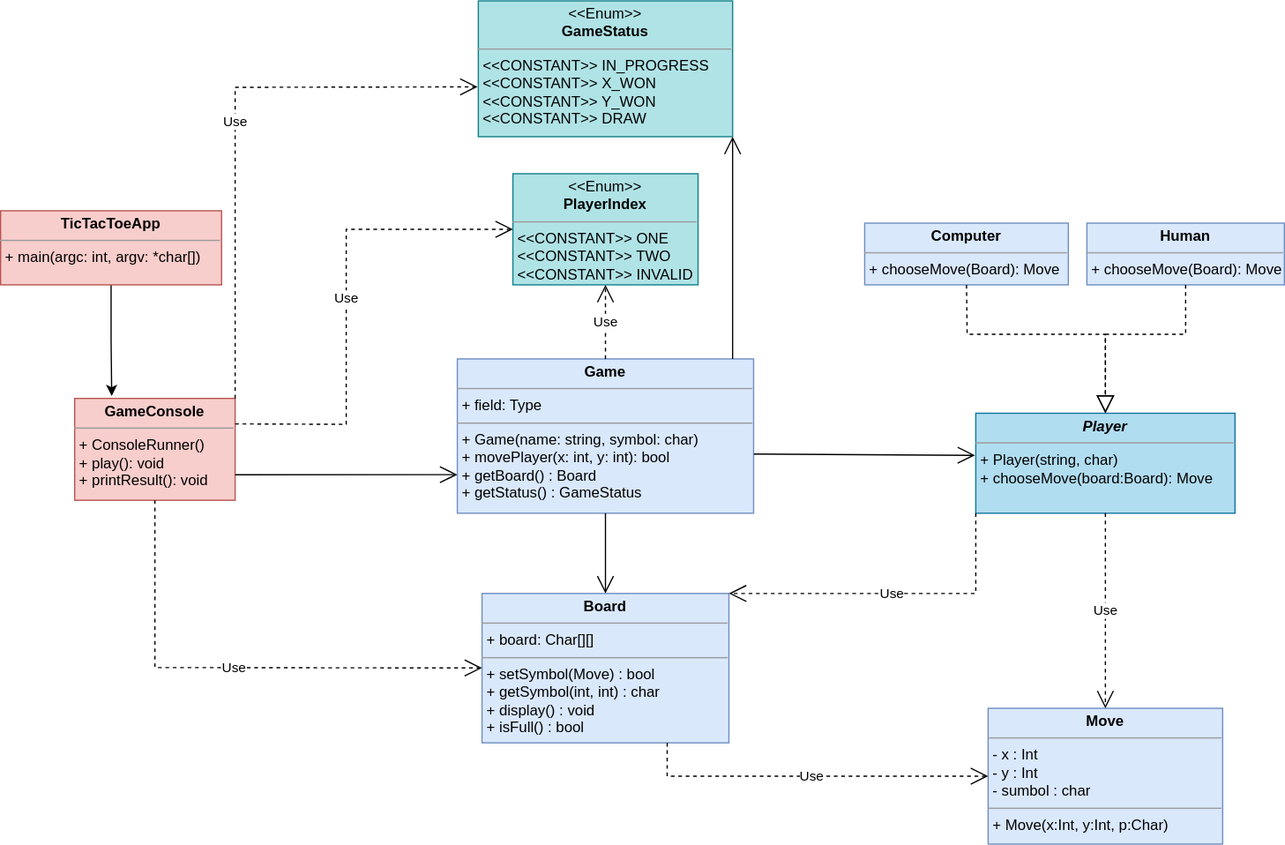
The draw.io diagram tictactoe/TicTacToeClassDgm.svg in ManKul18/program-design, before a commit. Source tidied: cells renumbered, new cells last; positions are measured from the earlier drawing's top-left corner, leaving out a move shared by most shapes.
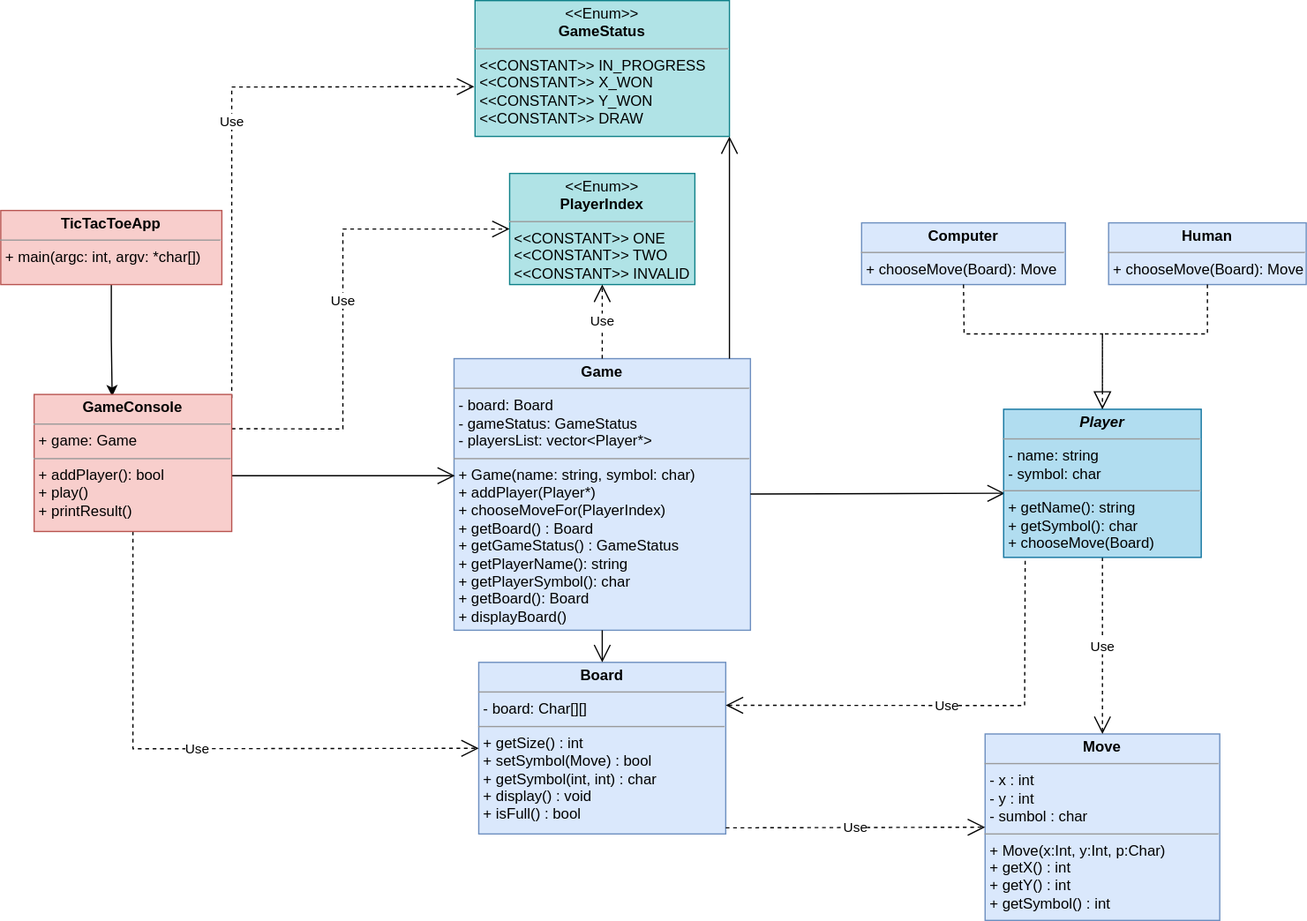
The same file after the commit.

Commit message:
updated the class diagram

Change to the diagram source:
```diff
@@ -2,47 +2,40 @@
   <root>
     <mxCell id="0" />
     <mxCell id="1" parent="0" />
-    <mxCell id="2" value="&lt;p style=&quot;margin:0px;margin-top:4px;text-align:center;&quot;&gt;&lt;b&gt;&lt;i&gt;Player&lt;/i&gt;&lt;/b&gt;&lt;/p&gt;&lt;hr size=&quot;1&quot;&gt;&lt;p style=&quot;margin:0px;margin-left:4px;&quot;&gt;+ Player(string, char)&lt;/p&gt;&lt;p style=&quot;margin:0px;margin-left:4px;&quot;&gt;+ chooseMove(board:Board): Move&lt;/p&gt;" style="verticalAlign=top;align=left;overflow=fill;fontSize=12;fontFamily=Helvetica;html=1;fillColor=#b1ddf0;strokeColor=#10739e;" parent="1" vertex="1">
-      <mxGeometry x="790" y="334" width="210" height="81" as="geometry" />
-    </mxCell>
     <mxCell id="3" value="&lt;p style=&quot;margin:0px;margin-top:4px;text-align:center;&quot;&gt;&lt;b&gt;Computer&lt;/b&gt;&lt;/p&gt;&lt;hr size=&quot;1&quot;&gt;&lt;p style=&quot;margin:0px;margin-left:4px;&quot;&gt;&lt;span style=&quot;background-color: initial;&quot;&gt;+ chooseMove(Board): Move&lt;/span&gt;&lt;br&gt;&lt;/p&gt;" style="verticalAlign=top;align=left;overflow=fill;fontSize=12;fontFamily=Helvetica;html=1;fillColor=#dae8fc;strokeColor=#6c8ebf;" parent="1" vertex="1">
-      <mxGeometry x="700" y="180" width="165" height="50" as="geometry" />
+      <mxGeometry x="723" y="180" width="165" height="50" as="geometry" />
     </mxCell>
-    <mxCell id="4" style="endArrow=block;dashed=1;endFill=0;endSize=12;html=1;rounded=0;exitX=0.5;exitY=1;exitDx=0;exitDy=0;entryX=0.5;entryY=0;entryDx=0;entryDy=0;" parent="1" edge="1" source="3" target="2">
+    <mxCell id="4" style="endArrow=block;dashed=1;endFill=0;endSize=12;html=1;rounded=0;exitX=0.5;exitY=1;exitDx=0;exitDy=0;" parent="1" edge="1" source="3">
       <mxGeometry relative="1" as="geometry">
+        <mxPoint x="918" y="350" as="targetPoint" />
         <Array as="points">
-          <mxPoint x="783" y="270" />
-          <mxPoint x="895" y="270" />
+          <mxPoint x="806" y="270" />
+          <mxPoint x="918" y="270" />
         </Array>
       </mxGeometry>
     </mxCell>
-    <mxCell id="5" value="&lt;p style=&quot;margin:0px;margin-top:4px;text-align:center;&quot;&gt;&lt;b&gt;Move&lt;/b&gt;&lt;/p&gt;&lt;hr size=&quot;1&quot;&gt;&lt;p style=&quot;margin:0px;margin-left:4px;&quot;&gt;- x : Int&lt;/p&gt;&lt;p style=&quot;margin:0px;margin-left:4px;&quot;&gt;- y : Int&lt;/p&gt;&lt;p style=&quot;margin:0px;margin-left:4px;&quot;&gt;- sumbol : char&lt;/p&gt;&lt;hr size=&quot;1&quot;&gt;&lt;p style=&quot;margin:0px;margin-left:4px;&quot;&gt;+ Move(x:Int, y:Int, p:Char)&lt;/p&gt;" style="verticalAlign=top;align=left;overflow=fill;fontSize=12;fontFamily=Helvetica;html=1;fillColor=#dae8fc;strokeColor=#6c8ebf;" parent="1" vertex="1">
-      <mxGeometry x="800" y="573" width="190" height="110" as="geometry" />
+    <mxCell id="5" value="&lt;p style=&quot;margin:0px;margin-top:4px;text-align:center;&quot;&gt;&lt;b&gt;Move&lt;/b&gt;&lt;/p&gt;&lt;hr size=&quot;1&quot;&gt;&lt;p style=&quot;margin:0px;margin-left:4px;&quot;&gt;- x : int&lt;/p&gt;&lt;p style=&quot;margin:0px;margin-left:4px;&quot;&gt;- y : int&lt;/p&gt;&lt;p style=&quot;margin:0px;margin-left:4px;&quot;&gt;- sumbol : char&lt;/p&gt;&lt;hr size=&quot;1&quot;&gt;&lt;p style=&quot;margin:0px;margin-left:4px;&quot;&gt;+ Move(x:Int, y:Int, p:Char)&lt;/p&gt;&lt;p style=&quot;margin:0px;margin-left:4px;&quot;&gt;+ getX() : int&lt;/p&gt;&lt;p style=&quot;margin:0px;margin-left:4px;&quot;&gt;+ getY() : int&lt;/p&gt;&lt;p style=&quot;margin:0px;margin-left:4px;&quot;&gt;+ getSymbol() : int&lt;/p&gt;" style="verticalAlign=top;align=left;overflow=fill;fontSize=12;fontFamily=Helvetica;html=1;fillColor=#dae8fc;strokeColor=#6c8ebf;" parent="1" vertex="1">
+      <mxGeometry x="823" y="594" width="190" height="151" as="geometry" />
     </mxCell>
-    <mxCell id="6" value="Use" style="endArrow=open;endSize=12;dashed=1;html=1;rounded=0;entryX=0.5;entryY=0;entryDx=0;entryDy=0;exitX=0.5;exitY=1;exitDx=0;exitDy=0;" parent="1" edge="1" source="2" target="5">
+    <mxCell id="6" value="Use" style="endArrow=open;endSize=12;dashed=1;html=1;rounded=0;entryX=0.5;entryY=0;entryDx=0;entryDy=0;exitX=0.5;exitY=1;exitDx=0;exitDy=0;" parent="1" edge="1" source="26" target="5">
       <mxGeometry relative="1" as="geometry" />
     </mxCell>
-    <mxCell id="7" value="&lt;p style=&quot;margin:0px;margin-top:4px;text-align:center;&quot;&gt;&lt;b&gt;Board&lt;/b&gt;&lt;/p&gt;&lt;hr size=&quot;1&quot;&gt;&lt;p style=&quot;margin:0px;margin-left:4px;&quot;&gt;+ board: Char[][]&lt;/p&gt;&lt;hr size=&quot;1&quot;&gt;&lt;p style=&quot;margin:0px;margin-left:4px;&quot;&gt;+ setSymbol(Move) : bool&lt;/p&gt;&lt;p style=&quot;margin:0px;margin-left:4px;&quot;&gt;+ getSymbol(int, int) : char&lt;/p&gt;&lt;p style=&quot;margin:0px;margin-left:4px;&quot;&gt;+ display() : void&lt;/p&gt;&lt;p style=&quot;margin:0px;margin-left:4px;&quot;&gt;+ isFull() : bool&lt;/p&gt;" style="verticalAlign=top;align=left;overflow=fill;fontSize=12;fontFamily=Helvetica;html=1;fillColor=#dae8fc;strokeColor=#6c8ebf;" parent="1" vertex="1">
-      <mxGeometry x="390" y="480" width="200" height="121" as="geometry" />
+    <mxCell id="7" value="&lt;p style=&quot;margin:0px;margin-top:4px;text-align:center;&quot;&gt;&lt;b&gt;Board&lt;/b&gt;&lt;/p&gt;&lt;hr size=&quot;1&quot;&gt;&lt;p style=&quot;margin:0px;margin-left:4px;&quot;&gt;- board: Char[][]&lt;/p&gt;&lt;hr size=&quot;1&quot;&gt;&lt;p style=&quot;margin:0px;margin-left:4px;&quot;&gt;+ getSize() : int&lt;/p&gt;&lt;p style=&quot;margin:0px;margin-left:4px;&quot;&gt;+ setSymbol(Move) : bool&lt;/p&gt;&lt;p style=&quot;margin:0px;margin-left:4px;&quot;&gt;+ getSymbol(int, int) : char&lt;/p&gt;&lt;p style=&quot;margin:0px;margin-left:4px;&quot;&gt;+ display() : void&lt;/p&gt;&lt;p style=&quot;margin:0px;margin-left:4px;&quot;&gt;+ isFull() : bool&lt;/p&gt;" style="verticalAlign=top;align=left;overflow=fill;fontSize=12;fontFamily=Helvetica;html=1;fillColor=#dae8fc;strokeColor=#6c8ebf;" parent="1" vertex="1">
+      <mxGeometry x="413" y="536" width="200" height="139" as="geometry" />
     </mxCell>
     <mxCell id="8" value="&lt;p style=&quot;margin:0px;margin-top:4px;text-align:center;&quot;&gt;&amp;lt;&amp;lt;Enum&amp;gt;&amp;gt;&lt;br&gt;&lt;b&gt;GameStatus&lt;/b&gt;&lt;/p&gt;&lt;hr size=&quot;1&quot;&gt;&lt;p style=&quot;margin:0px;margin-left:4px;&quot;&gt;&amp;lt;&amp;lt;CONSTANT&amp;gt;&amp;gt; IN_PROGRESS&lt;/p&gt;&lt;p style=&quot;margin:0px;margin-left:4px;&quot;&gt;&amp;lt;&amp;lt;CONSTANT&amp;gt;&amp;gt; X_WON&lt;/p&gt;&lt;p style=&quot;margin:0px;margin-left:4px;&quot;&gt;&amp;lt;&amp;lt;CONSTANT&amp;gt;&amp;gt; Y_WON&lt;/p&gt;&lt;p style=&quot;margin:0px;margin-left:4px;&quot;&gt;&amp;lt;&amp;lt;CONSTANT&amp;gt;&amp;gt; DRAW&lt;/p&gt;&lt;p style=&quot;margin:0px;margin-left:4px;&quot;&gt;&lt;br&gt;&lt;/p&gt;" style="verticalAlign=top;align=left;overflow=fill;fontSize=12;fontFamily=Helvetica;html=1;fillColor=#b0e3e6;strokeColor=#0e8088;" parent="1" vertex="1">
-      <mxGeometry x="387" width="206" height="110" as="geometry" />
+      <mxGeometry x="410" width="206" height="110" as="geometry" />
     </mxCell>
-    <mxCell id="9" value="&lt;p style=&quot;margin:0px;margin-top:4px;text-align:center;&quot;&gt;&lt;b&gt;Game&lt;/b&gt;&lt;/p&gt;&lt;hr size=&quot;1&quot;&gt;&lt;p style=&quot;margin:0px;margin-left:4px;&quot;&gt;+ field: Type&lt;/p&gt;&lt;hr size=&quot;1&quot;&gt;&lt;p style=&quot;margin:0px;margin-left:4px;&quot;&gt;+ Game(name: string, symbol: char)&lt;/p&gt;&lt;p style=&quot;margin:0px;margin-left:4px;&quot;&gt;+ movePlayer(x: int, y: int): bool&lt;/p&gt;&lt;p style=&quot;margin:0px;margin-left:4px;&quot;&gt;+ getBoard() : Board&lt;/p&gt;&lt;p style=&quot;margin:0px;margin-left:4px;&quot;&gt;+ getStatus() : GameStatus&lt;/p&gt;" style="verticalAlign=top;align=left;overflow=fill;fontSize=12;fontFamily=Helvetica;html=1;fillColor=#dae8fc;strokeColor=#6c8ebf;" parent="1" vertex="1">
-      <mxGeometry x="370" y="290" width="240" height="125" as="geometry" />
+    <mxCell id="9" value="&lt;p style=&quot;margin:0px;margin-top:4px;text-align:center;&quot;&gt;&lt;b&gt;Game&lt;/b&gt;&lt;/p&gt;&lt;hr size=&quot;1&quot;&gt;&lt;p style=&quot;margin:0px;margin-left:4px;&quot;&gt;- board: Board&lt;/p&gt;&lt;p style=&quot;margin:0px;margin-left:4px;&quot;&gt;- gameStatus: GameStatus&lt;/p&gt;&lt;p style=&quot;margin:0px;margin-left:4px;&quot;&gt;- playersList: vector&amp;lt;Player*&amp;gt;&lt;/p&gt;&lt;hr size=&quot;1&quot;&gt;&lt;p style=&quot;margin:0px;margin-left:4px;&quot;&gt;+ Game(name: string, symbol: char)&lt;/p&gt;&lt;p style=&quot;margin:0px;margin-left:4px;&quot;&gt;+ addPlayer(Player*)&lt;/p&gt;&lt;p style=&quot;margin:0px;margin-left:4px;&quot;&gt;+ chooseMoveFor(PlayerIndex)&lt;/p&gt;&lt;p style=&quot;margin:0px;margin-left:4px;&quot;&gt;+ getBoard() : Board&lt;/p&gt;&lt;p style=&quot;margin:0px;margin-left:4px;&quot;&gt;+ getGameStatus() : GameStatus&lt;/p&gt;&lt;p style=&quot;margin:0px;margin-left:4px;&quot;&gt;+ getPlayerName(): string&lt;/p&gt;&lt;p style=&quot;margin:0px;margin-left:4px;&quot;&gt;+ getPlayerSymbol(): char&lt;/p&gt;&lt;p style=&quot;margin:0px;margin-left:4px;&quot;&gt;+ getBoard(): Board&lt;/p&gt;&lt;p style=&quot;margin:0px;margin-left:4px;&quot;&gt;+ displayBoard()&lt;/p&gt;" style="verticalAlign=top;align=left;overflow=fill;fontSize=12;fontFamily=Helvetica;html=1;fillColor=#dae8fc;strokeColor=#6c8ebf;" parent="1" vertex="1">
+      <mxGeometry x="393" y="290" width="240" height="220" as="geometry" />
     </mxCell>
-    <mxCell id="10" style="edgeStyle=orthogonalEdgeStyle;rounded=0;jettySize=auto;html=1;exitX=0.5;exitY=1;exitDx=0;exitDy=0;" parent="1" edge="1" source="11">
-      <mxGeometry relative="1" as="geometry">
-        <mxPoint x="90" y="320" as="targetPoint" />
-      </mxGeometry>
+    <mxCell id="10" style="edgeStyle=orthogonalEdgeStyle;rounded=0;jettySize=auto;html=1;exitX=0.5;exitY=1;exitDx=0;exitDy=0;entryX=0.395;entryY=0.013;entryDx=0;entryDy=0;entryPerimeter=0;" parent="1" edge="1" source="11" target="27">
+      <mxGeometry relative="1" as="geometry" />
     </mxCell>
     <mxCell id="11" value="&lt;p style=&quot;margin:0px;margin-top:4px;text-align:center;&quot;&gt;&lt;b&gt;TicTacToeApp&lt;/b&gt;&lt;/p&gt;&lt;hr size=&quot;1&quot;&gt;&lt;p style=&quot;margin:0px;margin-left:4px;&quot;&gt;+ main(argc: int, argv: *char[])&lt;/p&gt;" style="verticalAlign=top;align=left;overflow=fill;fontSize=12;fontFamily=Helvetica;html=1;fillColor=#f8cecc;strokeColor=#b85450;" parent="1" vertex="1">
-      <mxGeometry y="170" width="179" height="60" as="geometry" />
+      <mxGeometry x="26" y="170" width="179" height="60" as="geometry" />
     </mxCell>
-    <mxCell id="12" value="&lt;p style=&quot;margin:0px;margin-top:4px;text-align:center;&quot;&gt;&lt;b&gt;GameConsole&lt;/b&gt;&lt;/p&gt;&lt;hr size=&quot;1&quot;&gt;&lt;p style=&quot;margin:0px;margin-left:4px;&quot;&gt;+ ConsoleRunner()&lt;/p&gt;&lt;p style=&quot;margin:0px;margin-left:4px;&quot;&gt;+ play(): void&lt;/p&gt;&lt;p style=&quot;margin:0px;margin-left:4px;&quot;&gt;+ printResult(): void&lt;/p&gt;" style="verticalAlign=top;align=left;overflow=fill;fontSize=12;fontFamily=Helvetica;html=1;fillColor=#f8cecc;strokeColor=#b85450;" parent="1" vertex="1">
-      <mxGeometry x="60" y="322" width="130" height="82.5" as="geometry" />
-    </mxCell>
-    <mxCell id="13" style="endArrow=open;endFill=1;endSize=12;html=1;rounded=0;exitX=1;exitY=0.75;exitDx=0;exitDy=0;entryX=0;entryY=0.75;entryDx=0;entryDy=0;" parent="1" edge="1" source="12" target="9">
+    <mxCell id="13" style="endArrow=open;endFill=1;endSize=12;html=1;rounded=0;exitX=1;exitY=0.593;exitDx=0;exitDy=0;entryX=0.003;entryY=0.431;entryDx=0;entryDy=0;entryPerimeter=0;exitPerimeter=0;" parent="1" edge="1" source="27" target="9">
       <mxGeometry relative="1" as="geometry" />
     </mxCell>
     <mxCell id="14" style="endArrow=open;endFill=1;endSize=12;html=1;rounded=0;entryX=0.5;entryY=0;entryDx=0;entryDy=0;exitX=0.5;exitY=1;exitDx=0;exitDy=0;" parent="1" edge="1" source="9" target="7">
@@ -50,64 +43,72 @@
     </mxCell>
     <mxCell id="15" style="endArrow=open;endFill=1;endSize=12;html=1;rounded=0;entryX=1;entryY=1;entryDx=0;entryDy=0;" parent="1" edge="1" target="8">
       <mxGeometry relative="1" as="geometry">
-        <mxPoint x="593" y="290" as="sourcePoint" />
+        <mxPoint x="616" y="290" as="sourcePoint" />
       </mxGeometry>
     </mxCell>
-    <mxCell id="16" style="endArrow=open;endFill=1;endSize=12;html=1;rounded=0;entryX=-0.003;entryY=0.421;entryDx=0;entryDy=0;entryPerimeter=0;exitX=1.001;exitY=0.616;exitDx=0;exitDy=0;exitPerimeter=0;" parent="1" edge="1" source="9" target="2">
+    <mxCell id="16" style="endArrow=open;endFill=1;endSize=12;html=1;rounded=0;entryX=0.006;entryY=0.567;entryDx=0;entryDy=0;entryPerimeter=0;" parent="1" edge="1" source="9" target="26">
       <mxGeometry relative="1" as="geometry" />
     </mxCell>
-    <mxCell id="17" value="Use" style="endArrow=open;endSize=12;dashed=1;html=1;rounded=0;exitX=0.5;exitY=1;exitDx=0;exitDy=0;" parent="1" edge="1" source="12" target="7">
+    <mxCell id="17" value="Use" style="endArrow=open;endSize=12;dashed=1;html=1;rounded=0;" parent="1" edge="1" source="27" target="7">
       <mxGeometry relative="1" as="geometry">
         <Array as="points">
-          <mxPoint x="125" y="540" />
+          <mxPoint x="133" y="606" />
         </Array>
       </mxGeometry>
     </mxCell>
-    <mxCell id="18" value="Use" style="endArrow=open;endSize=12;dashed=1;html=1;rounded=0;entryX=-0.003;entryY=0.633;entryDx=0;entryDy=0;exitX=1;exitY=0;exitDx=0;exitDy=0;entryPerimeter=0;" parent="1" edge="1" source="12" target="8">
+    <mxCell id="18" value="Use" style="endArrow=open;endSize=12;dashed=1;html=1;rounded=0;entryX=-0.003;entryY=0.633;entryDx=0;entryDy=0;exitX=1;exitY=0;exitDx=0;exitDy=0;entryPerimeter=0;" parent="1" edge="1" target="8">
       <mxGeometry relative="1" as="geometry">
+        <mxPoint x="213" y="322" as="sourcePoint" />
         <Array as="points">
-          <mxPoint x="190" y="70" />
+          <mxPoint x="213" y="70" />
         </Array>
       </mxGeometry>
     </mxCell>
-    <mxCell id="19" value="Use" style="endArrow=open;endSize=12;dashed=1;html=1;rounded=0;entryX=0;entryY=0.5;entryDx=0;entryDy=0;exitX=0.75;exitY=1;exitDx=0;exitDy=0;" parent="1" edge="1" source="7" target="5">
+    <mxCell id="19" value="Use" style="endArrow=open;endSize=12;dashed=1;html=1;rounded=0;entryX=0;entryY=0.5;entryDx=0;entryDy=0;" parent="1" edge="1" target="5">
       <mxGeometry relative="1" as="geometry">
+        <mxPoint x="613" y="670" as="sourcePoint" />
         <Array as="points">
-          <mxPoint x="540" y="628" />
+          <mxPoint x="633" y="670" />
         </Array>
       </mxGeometry>
     </mxCell>
-    <mxCell id="20" value="Use" style="endArrow=open;endSize=12;dashed=1;html=1;rounded=0;entryX=1;entryY=0;entryDx=0;entryDy=0;exitX=0;exitY=1;exitDx=0;exitDy=0;" parent="1" edge="1" source="2" target="7">
+    <mxCell id="20" value="Use" style="endArrow=open;endSize=12;dashed=1;html=1;rounded=0;entryX=1;entryY=0.25;entryDx=0;entryDy=0;exitX=0.109;exitY=1.023;exitDx=0;exitDy=0;exitPerimeter=0;" parent="1" edge="1" source="26" target="7">
       <mxGeometry relative="1" as="geometry">
         <Array as="points">
-          <mxPoint x="790" y="480" />
+          <mxPoint x="855" y="571" />
         </Array>
       </mxGeometry>
     </mxCell>
     <mxCell id="21" value="&lt;p style=&quot;margin:0px;margin-top:4px;text-align:center;&quot;&gt;&lt;b&gt;Human&lt;/b&gt;&lt;/p&gt;&lt;hr size=&quot;1&quot;&gt;&lt;p style=&quot;margin:0px;margin-left:4px;&quot;&gt;&lt;span style=&quot;background-color: initial;&quot;&gt;+ chooseMove(Board): Move&lt;/span&gt;&lt;br&gt;&lt;/p&gt;" style="verticalAlign=top;align=left;overflow=fill;fontSize=12;fontFamily=Helvetica;html=1;fillColor=#dae8fc;strokeColor=#6c8ebf;" parent="1" vertex="1">
-      <mxGeometry x="880" y="180" width="160" height="50" as="geometry" />
+      <mxGeometry x="923" y="180" width="160" height="50" as="geometry" />
     </mxCell>
-    <mxCell id="22" style="endArrow=block;dashed=1;endFill=0;endSize=12;html=1;rounded=0;exitX=0.5;exitY=1;exitDx=0;exitDy=0;entryX=0.5;entryY=0;entryDx=0;entryDy=0;" parent="1" edge="1" source="21" target="2">
+    <mxCell id="22" style="endArrow=block;dashed=1;endFill=0;endSize=12;html=1;rounded=0;exitX=0.5;exitY=1;exitDx=0;exitDy=0;entryX=0.5;entryY=0;entryDx=0;entryDy=0;" parent="1" edge="1" source="21" target="26">
       <mxGeometry relative="1" as="geometry">
         <Array as="points">
-          <mxPoint x="960" y="270" />
-          <mxPoint x="895" y="270" />
+          <mxPoint x="1003" y="270" />
+          <mxPoint x="918" y="270" />
         </Array>
       </mxGeometry>
     </mxCell>
     <mxCell id="23" value="&lt;p style=&quot;margin:0px;margin-top:4px;text-align:center;&quot;&gt;&amp;lt;&amp;lt;Enum&amp;gt;&amp;gt;&lt;br&gt;&lt;b&gt;PlayerIndex&lt;/b&gt;&lt;/p&gt;&lt;hr size=&quot;1&quot;&gt;&lt;p style=&quot;margin:0px;margin-left:4px;&quot;&gt;&amp;lt;&amp;lt;CONSTANT&amp;gt;&amp;gt; ONE&lt;/p&gt;&lt;p style=&quot;margin:0px;margin-left:4px;&quot;&gt;&amp;lt;&amp;lt;CONSTANT&amp;gt;&amp;gt; TWO&lt;/p&gt;&lt;p style=&quot;margin:0px;margin-left:4px;&quot;&gt;&amp;lt;&amp;lt;CONSTANT&amp;gt;&amp;gt; INVALID&lt;/p&gt;" style="verticalAlign=top;align=left;overflow=fill;fontSize=12;fontFamily=Helvetica;html=1;fillColor=#b0e3e6;strokeColor=#0e8088;" parent="1" vertex="1">
-      <mxGeometry x="415" y="140" width="150" height="90" as="geometry" />
+      <mxGeometry x="438" y="140" width="150" height="90" as="geometry" />
     </mxCell>
     <mxCell id="24" value="Use" style="endArrow=open;endSize=12;dashed=1;html=1;rounded=0;entryX=0.5;entryY=1;entryDx=0;entryDy=0;" parent="1" edge="1" source="9" target="23">
       <mxGeometry relative="1" as="geometry" />
     </mxCell>
-    <mxCell id="25" value="Use" style="endArrow=open;endSize=12;dashed=1;html=1;rounded=0;exitX=1;exitY=0.25;exitDx=0;exitDy=0;entryX=0;entryY=0.5;entryDx=0;entryDy=0;" parent="1" edge="1" source="12" target="23">
+    <mxCell id="25" value="Use" style="endArrow=open;endSize=12;dashed=1;html=1;rounded=0;exitX=1;exitY=0.25;exitDx=0;exitDy=0;entryX=0;entryY=0.5;entryDx=0;entryDy=0;" parent="1" edge="1" source="27" target="23">
       <mxGeometry relative="1" as="geometry">
         <Array as="points">
-          <mxPoint x="280" y="343" />
-          <mxPoint x="280" y="185" />
+          <mxPoint x="303" y="347" />
+          <mxPoint x="303" y="185" />
         </Array>
       </mxGeometry>
     </mxCell>
+    <mxCell id="26" value="&lt;p style=&quot;margin:0px;margin-top:4px;text-align:center;&quot;&gt;&lt;b&gt;&lt;i&gt;Player&lt;/i&gt;&lt;/b&gt;&lt;/p&gt;&lt;hr size=&quot;1&quot;&gt;&lt;p style=&quot;margin:0px;margin-left:4px;&quot;&gt;- name: string&lt;/p&gt;&lt;p style=&quot;margin:0px;margin-left:4px;&quot;&gt;- symbol: char&lt;/p&gt;&lt;hr size=&quot;1&quot;&gt;&lt;p style=&quot;margin:0px;margin-left:4px;&quot;&gt;+ getName(): string&lt;/p&gt;&lt;p style=&quot;margin:0px;margin-left:4px;&quot;&gt;+ getSymbol(): char&lt;/p&gt;&lt;p style=&quot;margin:0px;margin-left:4px;&quot;&gt;+ chooseMove(Board)&lt;/p&gt;" style="verticalAlign=top;align=left;overflow=fill;fontSize=12;fontFamily=Helvetica;html=1;fillColor=#b1ddf0;strokeColor=#10739e;" parent="1" vertex="1">
+      <mxGeometry x="838" y="331" width="160" height="120" as="geometry" />
+    </mxCell>
+    <mxCell id="27" value="&lt;p style=&quot;margin:0px;margin-top:4px;text-align:center;&quot;&gt;&lt;b&gt;GameConsole&lt;/b&gt;&lt;/p&gt;&lt;hr size=&quot;1&quot;&gt;&lt;p style=&quot;margin:0px;margin-left:4px;&quot;&gt;+ game: Game&lt;/p&gt;&lt;hr size=&quot;1&quot;&gt;&lt;p style=&quot;margin:0px;margin-left:4px;&quot;&gt;+ addPlayer(): bool&lt;/p&gt;&lt;p style=&quot;margin:0px;margin-left:4px;&quot;&gt;+ play()&lt;/p&gt;&lt;p style=&quot;margin:0px;margin-left:4px;&quot;&gt;+ printResult()&lt;/p&gt;" style="verticalAlign=top;align=left;overflow=fill;fontSize=12;fontFamily=Helvetica;html=1;fillColor=#f8cecc;strokeColor=#b85450;" parent="1" vertex="1">
+      <mxGeometry x="53" y="319" width="160" height="111" as="geometry" />
+    </mxCell>
   </root>
 </mxGraphModel>
```
